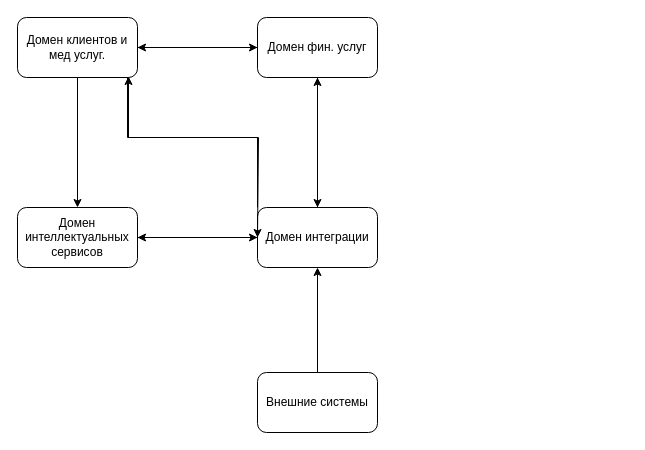
shdwIsaac/architecture-sprint-11 keeps this draw.io diagram as Exc2/Exc2.drawio. Above is the earlier version. Source tidied: cells renumbered, new cells numbered last; positions are measured from the earlier drawing's top-left corner, leaving out a move shared by most shapes. Both pictures are drawn from the tidied source at 100%, with x=0, y=0 at pixel (17, 17).
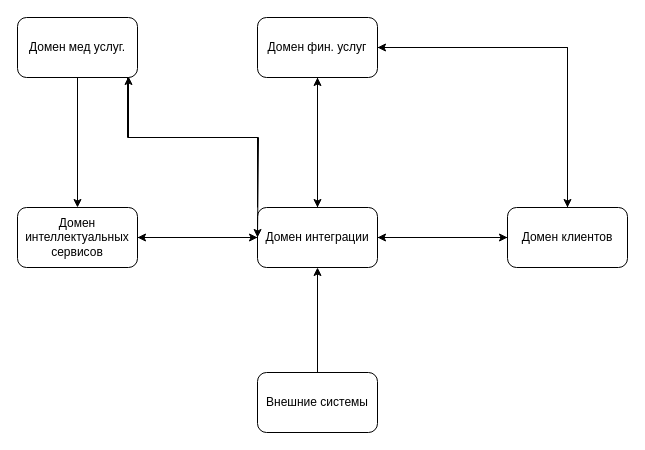
After the change.

The change refers to these unchanged cells:
```xml
<mxCell id="6" value="Домен интеграции" style="rounded=1;whiteSpace=wrap;html=1;" parent="1" vertex="1">
  <mxGeometry x="240" y="190" width="120" height="60" as="geometry" />
</mxCell>
<mxCell id="9" value="Домен фин. услуг" style="rounded=1;whiteSpace=wrap;html=1;" parent="1" vertex="1">
  <mxGeometry x="240" width="120" height="60" as="geometry" />
</mxCell>
```

What changed in the source:
```diff
@@
+    <mxCell id="17" style="edgeStyle=orthogonalEdgeStyle;rounded=0;jettySize=auto;html=1;entryX=0;entryY=0.5;entryDx=0;entryDy=0;" parent="1" edge="1" source="6" target="21">
+      <mxGeometry relative="1" as="geometry" />
+    </mxCell>
@@
-    <mxCell id="7" style="edgeStyle=orthogonalEdgeStyle;rounded=0;jettySize=auto;html=1;entryX=1;entryY=0.5;entryDx=0;entryDy=0;" parent="1" edge="1" source="9" target="13">
-      <mxGeometry relative="1" as="geometry" />
-    </mxCell>
@@
+    <mxCell id="18" style="edgeStyle=orthogonalEdgeStyle;rounded=0;jettySize=auto;html=1;entryX=0.5;entryY=0;entryDx=0;entryDy=0;" parent="1" edge="1" source="9" target="21">
+      <mxGeometry relative="1" as="geometry" />
+    </mxCell>
@@
-    <mxCell id="11" style="edgeStyle=orthogonalEdgeStyle;rounded=0;jettySize=auto;html=1;entryX=0;entryY=0.5;entryDx=0;entryDy=0;" parent="1" edge="1" source="13" target="9">
-      <mxGeometry relative="1" as="geometry" />
-    </mxCell>
@@
-    <mxCell id="13" value="Домен клиентов и мед услуг." style="rounded=1;whiteSpace=wrap;html=1;" parent="1" vertex="1">
+    <mxCell id="13" value="Домен мед услуг." style="rounded=1;whiteSpace=wrap;html=1;" parent="1" vertex="1">
       <mxGeometry width="120" height="60" as="geometry" />
     </mxCell>
@@
+    <mxCell id="19" style="edgeStyle=orthogonalEdgeStyle;rounded=0;jettySize=auto;html=1;entryX=1;entryY=0.5;entryDx=0;entryDy=0;" parent="1" edge="1" source="21" target="6">
+      <mxGeometry relative="1" as="geometry" />
+    </mxCell>
+    <mxCell id="20" style="edgeStyle=orthogonalEdgeStyle;rounded=0;jettySize=auto;html=1;entryX=1;entryY=0.5;entryDx=0;entryDy=0;" parent="1" edge="1" source="21" target="9">
+      <mxGeometry relative="1" as="geometry">
+        <Array as="points">
+          <mxPoint x="550" y="30" />
+        </Array>
+      </mxGeometry>
+    </mxCell>
+    <mxCell id="21" value="Домен клиентов" style="rounded=1;whiteSpace=wrap;html=1;" parent="1" vertex="1">
+      <mxGeometry x="490" y="190" width="120" height="60" as="geometry" />
+    </mxCell>
```
